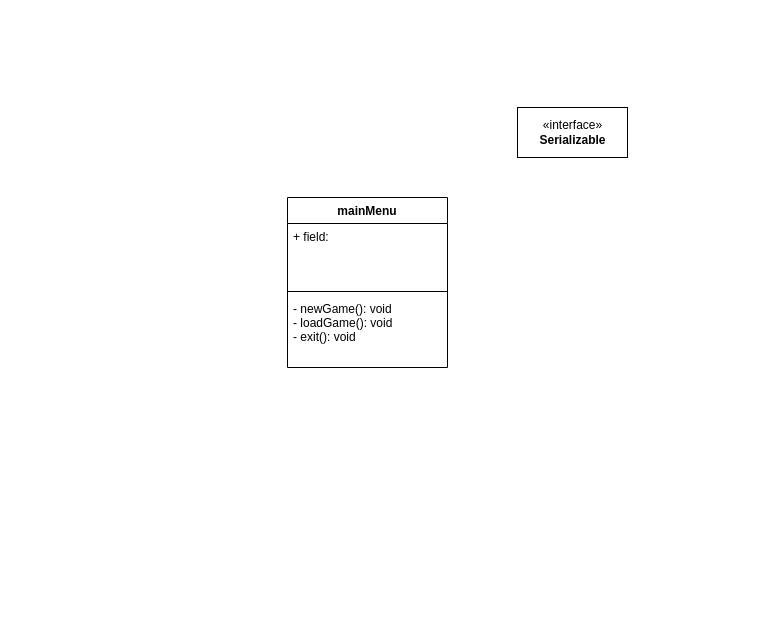
Before: UML/Untitled Diagram.drawio in AaditJha/Will-Hero-JavaFX, a draw.io diagram. Source tidied: cells renumbered, new cells numbered last; positions are measured from the earlier drawing's top-left corner, leaving out a move shared by most shapes. Both pictures are drawn from the tidied source at 100%, with x=0, y=0 at pixel (287, 107).
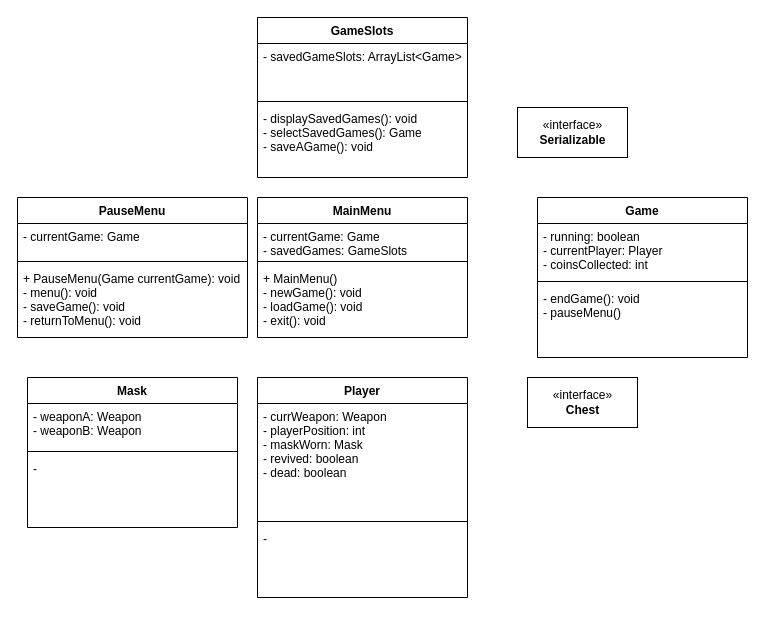
After the change.

Change to the diagram source:
```diff
@@
-    <mxCell id="3" value="mainMenu" style="swimlane;fontStyle=1;align=center;verticalAlign=top;horizontal=1;startSize=26;" parent="1" vertex="1">
-      <mxGeometry y="90" width="160" height="170" as="geometry" />
+    <mxCell id="3" value="MainMenu" style="swimlane;fontStyle=1;align=center;verticalAlign=top;horizontal=1;startSize=26;" parent="1" vertex="1">
+      <mxGeometry x="-30" y="90" width="210" height="140" as="geometry" />
     </mxCell>
-    <mxCell id="4" value="+ field: " style="text;strokeColor=none;fillColor=none;align=left;verticalAlign=top;spacingLeft=4;spacingRight=4;overflow=hidden;" parent="3" vertex="1">
-      <mxGeometry y="26" width="160" height="64" as="geometry" />
+    <mxCell id="4" value="- currentGame: Game&#10;- savedGames: GameSlots" style="text;strokeColor=none;fillColor=none;align=left;verticalAlign=top;spacingLeft=4;spacingRight=4;overflow=hidden;" parent="3" vertex="1">
+      <mxGeometry y="26" width="210" height="34" as="geometry" />
     </mxCell>
     <mxCell id="5" style="line;strokeWidth=1;fillColor=none;align=left;verticalAlign=middle;spacingTop=-1;spacingLeft=3;spacingRight=3;labelPosition=right;" parent="3" vertex="1">
-      <mxGeometry y="90" width="160" height="8" as="geometry" />
+      <mxGeometry y="60" width="210" height="8" as="geometry" />
     </mxCell>
-    <mxCell id="6" value="- newGame(): void&#10;- loadGame(): void&#10;- exit(): void" style="text;strokeColor=none;fillColor=none;align=left;verticalAlign=top;spacingLeft=4;spacingRight=4;overflow=hidden;" parent="3" vertex="1">
-      <mxGeometry y="98" width="160" height="72" as="geometry" />
+    <mxCell id="6" value="+ MainMenu()&#10;- newGame(): void&#10;- loadGame(): void&#10;- exit(): void" style="text;strokeColor=none;fillColor=none;align=left;verticalAlign=top;spacingLeft=4;spacingRight=4;overflow=hidden;" parent="3" vertex="1">
+      <mxGeometry y="68" width="210" height="72" as="geometry" />
     </mxCell>
+    <mxCell id="7" value="Game" style="swimlane;fontStyle=1;align=center;verticalAlign=top;horizontal=1;startSize=26;" parent="1" vertex="1">
+      <mxGeometry x="250" y="90" width="210" height="160" as="geometry" />
+    </mxCell>
+    <mxCell id="8" value="- running: boolean&#10;- currentPlayer: Player&#10;- coinsCollected: int" style="text;strokeColor=none;fillColor=none;align=left;verticalAlign=top;spacingLeft=4;spacingRight=4;overflow=hidden;" parent="7" vertex="1">
+      <mxGeometry y="26" width="210" height="54" as="geometry" />
+    </mxCell>
+    <mxCell id="9" style="line;strokeWidth=1;fillColor=none;align=left;verticalAlign=middle;spacingTop=-1;spacingLeft=3;spacingRight=3;labelPosition=right;" parent="7" vertex="1">
+      <mxGeometry y="80" width="210" height="8" as="geometry" />
+    </mxCell>
+    <mxCell id="10" value="- endGame(): void&#10;- pauseMenu()" style="text;strokeColor=none;fillColor=none;align=left;verticalAlign=top;spacingLeft=4;spacingRight=4;overflow=hidden;" parent="7" vertex="1">
+      <mxGeometry y="88" width="210" height="72" as="geometry" />
+    </mxCell>
+    <mxCell id="11" value="Player" style="swimlane;fontStyle=1;align=center;verticalAlign=top;horizontal=1;startSize=26;" parent="1" vertex="1">
+      <mxGeometry x="-30" y="270" width="210" height="220" as="geometry" />
+    </mxCell>
+    <mxCell id="12" value="- currWeapon: Weapon&#10;- playerPosition: int&#10;- maskWorn: Mask&#10;- revived: boolean&#10;- dead: boolean" style="text;strokeColor=none;fillColor=none;align=left;verticalAlign=top;spacingLeft=4;spacingRight=4;overflow=hidden;" parent="11" vertex="1">
+      <mxGeometry y="26" width="210" height="114" as="geometry" />
+    </mxCell>
+    <mxCell id="13" style="line;strokeWidth=1;fillColor=none;align=left;verticalAlign=middle;spacingTop=-1;spacingLeft=3;spacingRight=3;labelPosition=right;" parent="11" vertex="1">
+      <mxGeometry y="140" width="210" height="8" as="geometry" />
+    </mxCell>
+    <mxCell id="14" value="-" style="text;strokeColor=none;fillColor=none;align=left;verticalAlign=top;spacingLeft=4;spacingRight=4;overflow=hidden;" parent="11" vertex="1">
+      <mxGeometry y="148" width="210" height="72" as="geometry" />
+    </mxCell>
+    <mxCell id="15" value="GameSlots" style="swimlane;fontStyle=1;align=center;verticalAlign=top;horizontal=1;startSize=26;" parent="1" vertex="1">
+      <mxGeometry x="-30" y="-90" width="210" height="160" as="geometry" />
+    </mxCell>
+    <mxCell id="16" value="- savedGameSlots: ArrayList&lt;Game&gt;" style="text;strokeColor=none;fillColor=none;align=left;verticalAlign=top;spacingLeft=4;spacingRight=4;overflow=hidden;" parent="15" vertex="1">
+      <mxGeometry y="26" width="210" height="54" as="geometry" />
+    </mxCell>
+    <mxCell id="17" style="line;strokeWidth=1;fillColor=none;align=left;verticalAlign=middle;spacingTop=-1;spacingLeft=3;spacingRight=3;labelPosition=right;" parent="15" vertex="1">
+      <mxGeometry y="80" width="210" height="8" as="geometry" />
+    </mxCell>
+    <mxCell id="18" value="- displaySavedGames(): void&#10;- selectSavedGames(): Game&#10;- saveAGame(): void&#10;" style="text;strokeColor=none;fillColor=none;align=left;verticalAlign=top;spacingLeft=4;spacingRight=4;overflow=hidden;" parent="15" vertex="1">
+      <mxGeometry y="88" width="210" height="72" as="geometry" />
+    </mxCell>
+    <mxCell id="19" value="PauseMenu" style="swimlane;fontStyle=1;align=center;verticalAlign=top;horizontal=1;startSize=26;" parent="1" vertex="1">
+      <mxGeometry x="-270" y="90" width="230" height="140" as="geometry" />
+    </mxCell>
+    <mxCell id="20" value="- currentGame: Game" style="text;strokeColor=none;fillColor=none;align=left;verticalAlign=top;spacingLeft=4;spacingRight=4;overflow=hidden;" parent="19" vertex="1">
+      <mxGeometry y="26" width="230" height="34" as="geometry" />
+    </mxCell>
+    <mxCell id="21" style="line;strokeWidth=1;fillColor=none;align=left;verticalAlign=middle;spacingTop=-1;spacingLeft=3;spacingRight=3;labelPosition=right;" parent="19" vertex="1">
+      <mxGeometry y="60" width="230" height="8" as="geometry" />
+    </mxCell>
+    <mxCell id="22" value="+ PauseMenu(Game currentGame): void&#10;- menu(): void&#10;- saveGame(): void&#10;- returnToMenu(): void" style="text;strokeColor=none;fillColor=none;align=left;verticalAlign=top;spacingLeft=4;spacingRight=4;overflow=hidden;" parent="19" vertex="1">
+      <mxGeometry y="68" width="230" height="72" as="geometry" />
+    </mxCell>
+    <mxCell id="23" value="Mask" style="swimlane;fontStyle=1;align=center;verticalAlign=top;horizontal=1;startSize=26;" parent="1" vertex="1">
+      <mxGeometry x="-260" y="270" width="210" height="150" as="geometry" />
+    </mxCell>
+    <mxCell id="24" value="- weaponA: Weapon&#10;- weaponB: Weapon" style="text;strokeColor=none;fillColor=none;align=left;verticalAlign=top;spacingLeft=4;spacingRight=4;overflow=hidden;" parent="23" vertex="1">
+      <mxGeometry y="26" width="210" height="44" as="geometry" />
+    </mxCell>
+    <mxCell id="25" style="line;strokeWidth=1;fillColor=none;align=left;verticalAlign=middle;spacingTop=-1;spacingLeft=3;spacingRight=3;labelPosition=right;" parent="23" vertex="1">
+      <mxGeometry y="70" width="210" height="8" as="geometry" />
+    </mxCell>
+    <mxCell id="26" value="-" style="text;strokeColor=none;fillColor=none;align=left;verticalAlign=top;spacingLeft=4;spacingRight=4;overflow=hidden;" parent="23" vertex="1">
+      <mxGeometry y="78" width="210" height="72" as="geometry" />
+    </mxCell>
+    <mxCell id="27" value="«interface»&lt;br&gt;&lt;b&gt;Chest&lt;/b&gt;" style="html=1;" parent="1" vertex="1">
+      <mxGeometry x="240" y="270" width="110" height="50" as="geometry" />
+    </mxCell>
```
